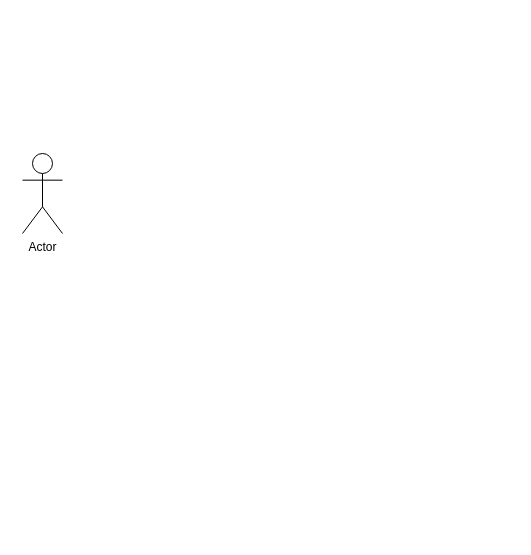
Above: Topsis.drawio in ArtEnginer/UML-DIAGRAM (draw.io), before the change. Source tidied: cells renumbered, new cells numbered last; positions are measured from the earlier drawing's top-left corner, leaving out a move shared by most shapes. Both pictures are drawn from the tidied source at 100%, with x=0, y=0 at pixel (22, 153).
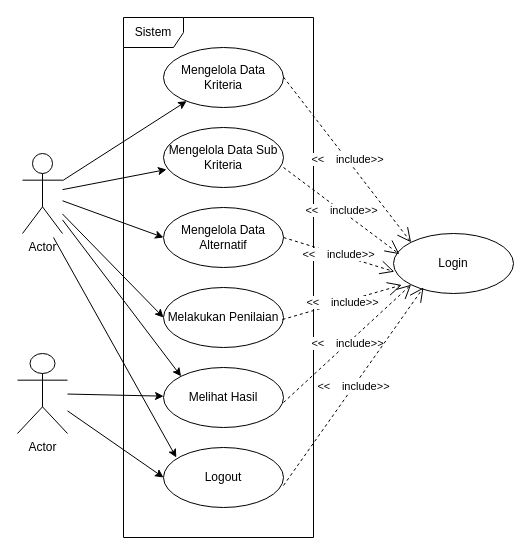
The same diagram, later.

Unchanged cells that the change refers to:
```xml
<mxCell id="2" value="Actor" style="shape=umlActor;verticalLabelPosition=bottom;verticalAlign=top;html=1;outlineConnect=0;" parent="1" vertex="1">
  <mxGeometry width="40" height="80" as="geometry" />
</mxCell>
```

The edit, as a diff of the source:
```diff
@@
+    <mxCell id="3" style="edgeStyle=none;rounded=0;jettySize=auto;html=1;" parent="1" edge="1" source="2" target="11">
+      <mxGeometry relative="1" as="geometry" />
+    </mxCell>
+    <mxCell id="4" style="edgeStyle=none;rounded=0;jettySize=auto;html=1;entryX=0;entryY=0.5;entryDx=0;entryDy=0;" parent="1" edge="1" source="2" target="13">
+      <mxGeometry relative="1" as="geometry" />
+    </mxCell>
+    <mxCell id="5" style="edgeStyle=none;rounded=0;jettySize=auto;html=1;entryX=0;entryY=0.5;entryDx=0;entryDy=0;" parent="1" edge="1" source="2" target="14">
+      <mxGeometry relative="1" as="geometry" />
+    </mxCell>
+    <mxCell id="6" style="edgeStyle=none;rounded=0;jettySize=auto;html=1;entryX=0;entryY=0;entryDx=0;entryDy=0;" parent="1" edge="1" source="2" target="15">
+      <mxGeometry relative="1" as="geometry" />
+    </mxCell>
+    <mxCell id="7" style="edgeStyle=none;rounded=0;orthogonalLoop=1;jettySize=auto;html=1;" parent="1" edge="1">
+      <mxGeometry relative="1" as="geometry">
+        <mxPoint x="31" y="84" as="sourcePoint" />
+        <mxPoint x="153.8" y="304" as="targetPoint" />
+      </mxGeometry>
+    </mxCell>
@@
+    <mxCell id="8" style="edgeStyle=none;rounded=0;jettySize=auto;html=1;" parent="1" edge="1" source="10" target="15">
+      <mxGeometry relative="1" as="geometry" />
+    </mxCell>
+    <mxCell id="9" style="edgeStyle=none;rounded=0;jettySize=auto;html=1;entryX=0;entryY=0.5;entryDx=0;entryDy=0;" parent="1" edge="1" source="10" target="17">
+      <mxGeometry relative="1" as="geometry" />
+    </mxCell>
+    <mxCell id="10" value="Actor" style="shape=umlActor;verticalLabelPosition=bottom;verticalAlign=top;html=1;outlineConnect=0;" parent="1" vertex="1">
+      <mxGeometry x="-5" y="200" width="50" height="80" as="geometry" />
+    </mxCell>
+    <mxCell id="11" value="Mengelola Data Kriteria" style="ellipse;whiteSpace=wrap;html=1;" parent="1" vertex="1">
+      <mxGeometry x="141" y="-106" width="120" height="60" as="geometry" />
+    </mxCell>
+    <mxCell id="12" value="Mengelola Data Sub Kriteria" style="ellipse;whiteSpace=wrap;html=1;" parent="1" vertex="1">
+      <mxGeometry x="141" y="-26" width="120" height="60" as="geometry" />
+    </mxCell>
+    <mxCell id="13" value="Mengelola Data Alternatif" style="ellipse;whiteSpace=wrap;html=1;" parent="1" vertex="1">
+      <mxGeometry x="141" y="54" width="120" height="60" as="geometry" />
+    </mxCell>
+    <mxCell id="14" value="Melakukan Penilaian" style="ellipse;whiteSpace=wrap;html=1;" parent="1" vertex="1">
+      <mxGeometry x="141" y="134" width="120" height="60" as="geometry" />
+    </mxCell>
+    <mxCell id="15" value="Melihat Hasil" style="ellipse;whiteSpace=wrap;html=1;" parent="1" vertex="1">
+      <mxGeometry x="141" y="214" width="120" height="60" as="geometry" />
+    </mxCell>
+    <mxCell id="16" style="edgeStyle=none;rounded=0;jettySize=auto;html=1;entryX=0.025;entryY=0.7;entryDx=0;entryDy=0;entryPerimeter=0;" parent="1" edge="1" source="2" target="12">
+      <mxGeometry relative="1" as="geometry" />
+    </mxCell>
+    <mxCell id="17" value="Logout" style="ellipse;whiteSpace=wrap;html=1;" parent="1" vertex="1">
+      <mxGeometry x="141" y="294" width="120" height="60" as="geometry" />
+    </mxCell>
+    <mxCell id="18" value="Login" style="ellipse;whiteSpace=wrap;html=1;" parent="1" vertex="1">
+      <mxGeometry x="371" y="80" width="120" height="60" as="geometry" />
+    </mxCell>
+    <mxCell id="19" value="Sistem" style="shape=umlFrame;whiteSpace=wrap;html=1;" parent="1" vertex="1">
+      <mxGeometry x="101" y="-136" width="190" height="520" as="geometry" />
+    </mxCell>
+    <mxCell id="20" value="&amp;lt;&amp;lt;&lt;span style=&quot;white-space: pre;&quot;&gt;&#9;&lt;/span&gt;include&amp;gt;&amp;gt;" style="endArrow=open;endSize=12;dashed=1;html=1;rounded=0;entryX=0;entryY=0;entryDx=0;entryDy=0;" parent="1" edge="1" target="18">
+      <mxGeometry relative="1" as="geometry">
+        <mxPoint x="261" y="-76.4" as="sourcePoint" />
+      </mxGeometry>
+    </mxCell>
+    <mxCell id="21" value="&amp;lt;&amp;lt;&lt;span style=&quot;white-space: pre;&quot;&gt;&#9;&lt;/span&gt;include&amp;gt;&amp;gt;" style="endArrow=open;endSize=12;dashed=1;html=1;rounded=0;entryX=0.049;entryY=0.344;entryDx=0;entryDy=0;entryPerimeter=0;" parent="1" edge="1" target="18">
+      <mxGeometry relative="1" as="geometry">
+        <mxPoint x="261" y="14" as="sourcePoint" />
+      </mxGeometry>
+    </mxCell>
+    <mxCell id="22" value="&amp;lt;&amp;lt;&lt;span style=&quot;white-space: pre;&quot;&gt;&#9;&lt;/span&gt;include&amp;gt;&amp;gt;" style="endArrow=open;endSize=12;dashed=1;html=1;rounded=0;entryX=0.007;entryY=0.636;entryDx=0;entryDy=0;entryPerimeter=0;" parent="1" edge="1" target="18">
+      <mxGeometry relative="1" as="geometry">
+        <mxPoint x="261" y="84" as="sourcePoint" />
+      </mxGeometry>
+    </mxCell>
+    <mxCell id="23" value="&amp;lt;&amp;lt;&lt;span style=&quot;white-space: pre;&quot;&gt;&#9;&lt;/span&gt;include&amp;gt;&amp;gt;" style="endArrow=open;endSize=12;dashed=1;html=1;rounded=0;entryX=0.069;entryY=0.858;entryDx=0;entryDy=0;entryPerimeter=0;" parent="1" edge="1" target="18">
+      <mxGeometry relative="1" as="geometry">
+        <mxPoint x="260" y="166" as="sourcePoint" />
+      </mxGeometry>
+    </mxCell>
+    <mxCell id="24" value="&amp;lt;&amp;lt;&lt;span style=&quot;white-space: pre;&quot;&gt;&#9;&lt;/span&gt;include&amp;gt;&amp;gt;" style="endArrow=open;endSize=12;dashed=1;html=1;rounded=0;entryX=0;entryY=1;entryDx=0;entryDy=0;" parent="1" edge="1" target="18">
+      <mxGeometry relative="1" as="geometry">
+        <mxPoint x="261" y="249" as="sourcePoint" />
+      </mxGeometry>
+    </mxCell>
+    <mxCell id="25" value="&amp;lt;&amp;lt;&lt;span style=&quot;white-space: pre;&quot;&gt;&#9;&lt;/span&gt;include&amp;gt;&amp;gt;" style="endArrow=open;endSize=12;dashed=1;html=1;rounded=0;entryX=0.25;entryY=0.9;entryDx=0;entryDy=0;entryPerimeter=0;" parent="1" edge="1" target="18">
+      <mxGeometry relative="1" as="geometry">
+        <mxPoint x="261" y="332" as="sourcePoint" />
+      </mxGeometry>
+    </mxCell>
```
